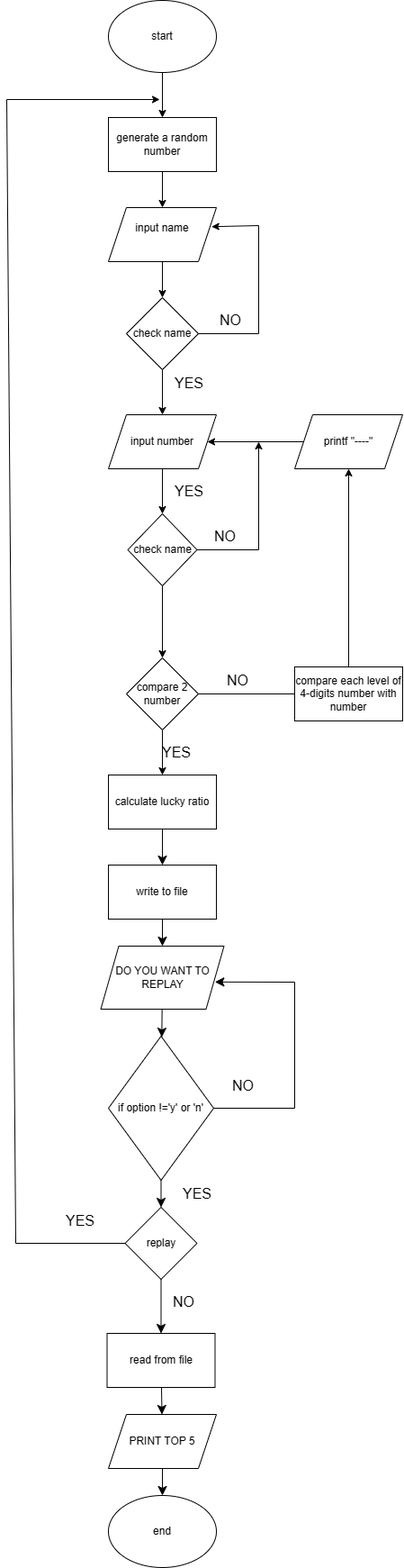
Above: FLOWCHART.png in trungple/MOCKC. (draw.io), before the change. Source tidied: cells renumbered, new cells last; positions are measured from the earlier drawing's top-left corner, leaving out a move shared by most shapes.
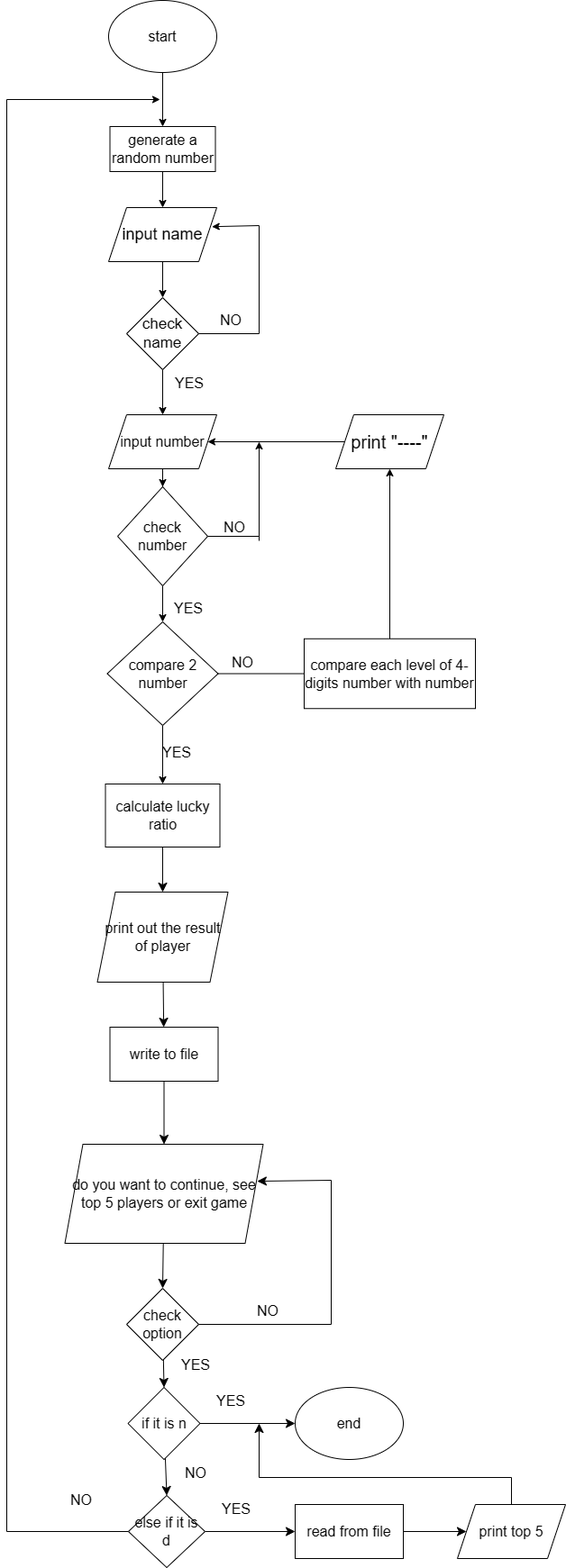
After the commit.

Change to the diagram source:
```diff
@@ -7,3 +7,3 @@
     </mxCell>
-    <mxCell id="3" value="start" style="ellipse;whiteSpace=wrap;html=1;" parent="1" vertex="1">
+    <mxCell id="3" value="start" style="ellipse;whiteSpace=wrap;html=1;fontSize=16;" parent="1" vertex="1">
       <mxGeometry x="113" width="120" height="80" as="geometry" />
@@ -13,4 +13,4 @@
     </mxCell>
-    <mxCell id="5" value="generate a random number" style="rounded=0;whiteSpace=wrap;html=1;" parent="1" vertex="1">
-      <mxGeometry x="113" y="130" width="120" height="60" as="geometry" />
+    <mxCell id="5" value="generate a random number" style="rounded=0;whiteSpace=wrap;html=1;strokeWidth=1;fontSize=16;" parent="1" vertex="1">
+      <mxGeometry x="114.5" y="140" width="117" height="50" as="geometry" />
     </mxCell>
@@ -19,6 +19,6 @@
     </mxCell>
-    <mxCell id="7" value="input name&lt;div&gt;&lt;br&gt;&lt;/div&gt;" style="shape=parallelogram;perimeter=parallelogramPerimeter;whiteSpace=wrap;html=1;fixedSize=1;" parent="1" vertex="1">
+    <mxCell id="7" value="input name" style="shape=parallelogram;perimeter=parallelogramPerimeter;whiteSpace=wrap;html=1;fixedSize=1;fontSize=18;" parent="1" vertex="1">
       <mxGeometry x="113" y="230" width="120" height="60" as="geometry" />
     </mxCell>
-    <mxCell id="8" value="input number" style="shape=parallelogram;perimeter=parallelogramPerimeter;whiteSpace=wrap;html=1;fixedSize=1;" parent="1" vertex="1">
+    <mxCell id="8" value="input number" style="shape=parallelogram;perimeter=parallelogramPerimeter;whiteSpace=wrap;html=1;fixedSize=1;fontSize=16;" parent="1" vertex="1">
       <mxGeometry x="113" y="460" width="120" height="60" as="geometry" />
@@ -28,4 +28,4 @@
     </mxCell>
-    <mxCell id="10" value="compare 2 number" style="rhombus;whiteSpace=wrap;html=1;" parent="1" vertex="1">
-      <mxGeometry x="133" y="730" width="80" height="80" as="geometry" />
+    <mxCell id="10" value="compare 2 number" style="rhombus;whiteSpace=wrap;html=1;fontSize=16;" parent="1" vertex="1">
+      <mxGeometry x="111.5" y="690" width="123" height="115" as="geometry" />
     </mxCell>
@@ -37,4 +37,4 @@
     </mxCell>
-    <mxCell id="13" value="compare each level of 4-digits number with number" style="rounded=0;whiteSpace=wrap;html=1;" parent="1" vertex="1">
-      <mxGeometry x="320" y="740" width="120" height="60" as="geometry" />
+    <mxCell id="13" value="compare each level of 4-digits number with number" style="rounded=0;whiteSpace=wrap;html=1;fontSize=16;" parent="1" vertex="1">
+      <mxGeometry x="330" y="708.8" width="190" height="77.5" as="geometry" />
     </mxCell>
@@ -43,26 +43,20 @@
     </mxCell>
-    <mxCell id="15" value="printf &quot;----&quot;" style="shape=parallelogram;perimeter=parallelogramPerimeter;whiteSpace=wrap;html=1;fixedSize=1;" parent="1" vertex="1">
-      <mxGeometry x="320" y="460" width="120" height="60" as="geometry" />
+    <mxCell id="15" value="print &quot;----&quot;" style="shape=parallelogram;perimeter=parallelogramPerimeter;whiteSpace=wrap;html=1;fixedSize=1;fontSize=20;" parent="1" vertex="1">
+      <mxGeometry x="365" y="460" width="120" height="60" as="geometry" />
     </mxCell>
-    <mxCell id="16" style="edgeStyle=none;curved=1;rounded=0;jettySize=auto;html=1;entryX=0.5;entryY=0;entryDx=0;entryDy=0;fontSize=12;startSize=8;endSize=8;" parent="1" edge="1" source="17" target="32">
-      <mxGeometry relative="1" as="geometry" />
-    </mxCell>
+    <mxCell id="57" style="edgeStyle=none;curved=1;rounded=0;jettySize=auto;html=1;entryX=0.5;entryY=0;entryDx=0;entryDy=0;fontSize=12;startSize=8;endSize=8;" parent="1" edge="1" source="17" target="78">
+      <mxGeometry relative="1" as="geometry" />
+    </mxCell>
-    <mxCell id="17" value="calculate lucky ratio" style="rounded=0;whiteSpace=wrap;html=1;" parent="1" vertex="1">
-      <mxGeometry x="113" y="860" width="120" height="60" as="geometry" />
+    <mxCell id="17" value="calculate lucky ratio" style="rounded=0;whiteSpace=wrap;html=1;fontSize=16;" parent="1" vertex="1">
+      <mxGeometry x="109.5" y="870" width="127" height="70" as="geometry" />
     </mxCell>
-    <mxCell id="18" style="edgeStyle=none;curved=1;rounded=0;jettySize=auto;html=1;entryX=0.5;entryY=0;entryDx=0;entryDy=0;fontSize=12;startSize=8;endSize=8;" parent="1" edge="1" source="19" target="34">
-      <mxGeometry relative="1" as="geometry" />
-    </mxCell>
+    <mxCell id="58" style="edgeStyle=none;curved=1;rounded=0;jettySize=auto;html=1;entryX=0;entryY=0.5;entryDx=0;entryDy=0;fontSize=12;startSize=8;endSize=8;" parent="1" edge="1" source="19" target="20">
+      <mxGeometry relative="1" as="geometry" />
+    </mxCell>
+    <mxCell id="59" style="edgeStyle=none;curved=1;rounded=0;jettySize=auto;html=1;entryX=0.5;entryY=0;entryDx=0;entryDy=0;fontSize=12;startSize=8;endSize=8;" parent="1" edge="1" source="19" target="67">
+      <mxGeometry relative="1" as="geometry" />
+    </mxCell>
-    <mxCell id="19" value="replay" style="rhombus;whiteSpace=wrap;html=1;" parent="1" vertex="1">
-      <mxGeometry x="131.5" y="1340" width="80" height="80" as="geometry" />
+    <mxCell id="19" value="if it is n" style="rhombus;whiteSpace=wrap;html=1;fontSize=16;" parent="1" vertex="1">
+      <mxGeometry x="134.5" y="1540" width="80" height="80" as="geometry" />
     </mxCell>
-    <mxCell id="20" value="end" style="ellipse;whiteSpace=wrap;html=1;" parent="1" vertex="1">
-      <mxGeometry x="113" y="1660" width="120" height="80" as="geometry" />
-    </mxCell>
-    <mxCell id="21" style="endArrow=none;html=1;rounded=0;" parent="1" edge="1">
-      <mxGeometry relative="1" as="geometry">
-        <mxPoint x="10" y="1380" as="sourcePoint" />
-        <mxPoint y="110" as="targetPoint" />
-      </mxGeometry>
-    </mxCell>
     <mxCell id="22" style="endArrow=classic;html=1;rounded=0;" parent="1" edge="1">
@@ -74,3 +68,3 @@
     <mxCell id="23" value="NO" style="text;strokeColor=none;fillColor=none;html=1;align=center;verticalAlign=middle;whiteSpace=wrap;rounded=0;fontSize=16;" parent="1" vertex="1">
-      <mxGeometry x="227" y="740" width="60" height="30" as="geometry" />
+      <mxGeometry x="231.5" y="720" width="60" height="30" as="geometry" />
     </mxCell>
@@ -79,19 +73,10 @@
     </mxCell>
-    <mxCell id="25" style="edgeStyle=none;curved=1;rounded=0;jettySize=auto;html=1;fontSize=12;startSize=8;endSize=8;" parent="1" edge="1" source="26" target="50">
-      <mxGeometry relative="1" as="geometry" />
-    </mxCell>
+    <mxCell id="60" style="edgeStyle=none;curved=1;rounded=0;jettySize=auto;html=1;entryX=0.5;entryY=0;entryDx=0;entryDy=0;fontSize=12;startSize=8;endSize=8;" parent="1" edge="1" source="26" target="62">
+      <mxGeometry relative="1" as="geometry" />
+    </mxCell>
-    <mxCell id="26" value="DO YOU WANT TO REPLAY" style="shape=parallelogram;perimeter=parallelogramPerimeter;whiteSpace=wrap;html=1;fixedSize=1;" parent="1" vertex="1">
-      <mxGeometry x="104.5" y="1050" width="137" height="70" as="geometry" />
+    <mxCell id="26" value="do you want to continue, see top 5 players or exit game" style="shape=parallelogram;perimeter=parallelogramPerimeter;whiteSpace=wrap;html=1;fixedSize=1;fontSize=16;" parent="1" vertex="1">
+      <mxGeometry x="64.5" y="1270" width="220" height="110" as="geometry" />
     </mxCell>
-    <mxCell id="27" value="YES" style="text;strokeColor=none;fillColor=none;html=1;align=center;verticalAlign=middle;whiteSpace=wrap;rounded=0;fontSize=16;" parent="1" vertex="1">
-      <mxGeometry x="51.5" y="1340" width="60" height="30" as="geometry" />
-    </mxCell>
-    <mxCell id="28" value="NO" style="text;strokeColor=none;fillColor=none;html=1;align=center;verticalAlign=middle;whiteSpace=wrap;rounded=0;fontSize=16;" parent="1" vertex="1">
-      <mxGeometry x="167" y="1430" width="60" height="30" as="geometry" />
-    </mxCell>
-    <mxCell id="29" style="edgeStyle=none;curved=1;rounded=0;jettySize=auto;html=1;fontSize=12;startSize=8;endSize=8;" parent="1" edge="1" source="30" target="20">
-      <mxGeometry relative="1" as="geometry" />
-    </mxCell>
-    <mxCell id="30" value="PRINT TOP 5" style="shape=parallelogram;perimeter=parallelogramPerimeter;whiteSpace=wrap;html=1;fixedSize=1;" parent="1" vertex="1">
-      <mxGeometry x="113" y="1570" width="120" height="60" as="geometry" />
+    <mxCell id="30" value="print top 5" style="shape=parallelogram;perimeter=parallelogramPerimeter;whiteSpace=wrap;html=1;fixedSize=1;fontSize=16;" parent="1" vertex="1">
+      <mxGeometry x="500" y="1670" width="120" height="60" as="geometry" />
     </mxCell>
@@ -100,4 +85,4 @@
     </mxCell>
-    <mxCell id="32" value="write to file" style="rounded=0;whiteSpace=wrap;html=1;" parent="1" vertex="1">
-      <mxGeometry x="113" y="960" width="120" height="60" as="geometry" />
+    <mxCell id="32" value="write to file" style="rounded=0;whiteSpace=wrap;html=1;fontSize=16;" parent="1" vertex="1">
+      <mxGeometry x="114.5" y="1140" width="120" height="60" as="geometry" />
     </mxCell>
@@ -106,4 +91,4 @@
     </mxCell>
-    <mxCell id="34" value="read from file" style="rounded=0;whiteSpace=wrap;html=1;" parent="1" vertex="1">
-      <mxGeometry x="111.5" y="1480" width="120" height="60" as="geometry" />
+    <mxCell id="34" value="read from file" style="rounded=0;whiteSpace=wrap;html=1;fontSize=16;" parent="1" vertex="1">
+      <mxGeometry x="320" y="1670" width="120" height="60" as="geometry" />
     </mxCell>
@@ -112,3 +97,3 @@
     </mxCell>
-    <mxCell id="36" value="check name" style="rhombus;whiteSpace=wrap;html=1;" parent="1" vertex="1">
+    <mxCell id="36" value="check name" style="rhombus;whiteSpace=wrap;html=1;fontSize=17;" parent="1" vertex="1">
       <mxGeometry x="133" y="330" width="80" height="80" as="geometry" />
@@ -134,4 +119,4 @@
     </mxCell>
-    <mxCell id="41" value="check name" style="rhombus;whiteSpace=wrap;html=1;" parent="1" vertex="1">
-      <mxGeometry x="134.5" y="570" width="77" height="80" as="geometry" />
+    <mxCell id="41" value="check number" style="rhombus;whiteSpace=wrap;html=1;fontSize=16;" parent="1" vertex="1">
+      <mxGeometry x="123" y="540" width="100" height="110" as="geometry" />
     </mxCell>
@@ -139,3 +124,3 @@
       <mxGeometry relative="1" as="geometry">
-        <mxPoint x="280" y="610" as="targetPoint" />
+        <mxPoint x="280" y="595" as="targetPoint" />
       </mxGeometry>
@@ -144,3 +129,3 @@
       <mxGeometry relative="1" as="geometry">
-        <mxPoint x="280" y="610" as="sourcePoint" />
+        <mxPoint x="280" y="600" as="sourcePoint" />
         <mxPoint x="280" y="490" as="targetPoint" />
@@ -152,3 +137,3 @@
     <mxCell id="45" value="NO" style="text;strokeColor=none;fillColor=none;html=1;align=center;verticalAlign=middle;whiteSpace=wrap;rounded=0;fontSize=16;" parent="1" vertex="1">
-      <mxGeometry x="213" y="580" width="60" height="30" as="geometry" />
+      <mxGeometry x="223" y="570" width="60" height="30" as="geometry" />
     </mxCell>
@@ -158,3 +143,3 @@
     <mxCell id="47" value="YES" style="text;strokeColor=none;fillColor=none;html=1;align=center;verticalAlign=middle;whiteSpace=wrap;rounded=0;fontSize=16;" parent="1" vertex="1">
-      <mxGeometry x="173" y="530" width="60" height="30" as="geometry" />
+      <mxGeometry x="171.5" y="660" width="60" height="30" as="geometry" />
     </mxCell>
@@ -163,35 +148,87 @@
     </mxCell>
-    <mxCell id="49" style="edgeStyle=none;curved=1;rounded=0;jettySize=auto;html=1;entryX=0.5;entryY=0;entryDx=0;entryDy=0;fontSize=12;startSize=8;endSize=8;" parent="1" edge="1" source="50" target="19">
-      <mxGeometry relative="1" as="geometry" />
-    </mxCell>
-    <mxCell id="50" value="if option !='y' or 'n'" style="rhombus;whiteSpace=wrap;html=1;" parent="1" vertex="1">
-      <mxGeometry x="113" y="1150" width="117" height="160" as="geometry" />
-    </mxCell>
-    <mxCell id="51" style="endArrow=none;html=1;rounded=0;fontSize=12;startSize=8;endSize=8;curved=1;exitX=1;exitY=0.5;exitDx=0;exitDy=0;" parent="1" edge="1" source="50">
-      <mxGeometry relative="1" as="geometry">
-        <mxPoint x="320" y="1230" as="targetPoint" />
-      </mxGeometry>
-    </mxCell>
-    <mxCell id="52" style="endArrow=none;html=1;rounded=0;fontSize=12;startSize=8;endSize=8;curved=1;" parent="1" edge="1">
-      <mxGeometry relative="1" as="geometry">
-        <mxPoint x="320" y="1230" as="sourcePoint" />
-        <mxPoint x="320" y="1090" as="targetPoint" />
-      </mxGeometry>
-    </mxCell>
-    <mxCell id="53" style="endArrow=classic;html=1;rounded=0;fontSize=12;startSize=8;endSize=8;curved=1;entryX=0.926;entryY=0.569;entryDx=0;entryDy=0;entryPerimeter=0;" parent="1" edge="1" target="26">
-      <mxGeometry relative="1" as="geometry">
-        <mxPoint x="320" y="1090" as="sourcePoint" />
-      </mxGeometry>
-    </mxCell>
-    <mxCell id="54" style="endArrow=none;html=1;rounded=0;fontSize=12;startSize=8;endSize=8;curved=1;entryX=0;entryY=0.5;entryDx=0;entryDy=0;" parent="1" edge="1" target="19">
-      <mxGeometry relative="1" as="geometry">
-        <mxPoint x="10" y="1380" as="sourcePoint" />
-      </mxGeometry>
-    </mxCell>
-    <mxCell id="55" value="YES" style="text;strokeColor=none;fillColor=none;html=1;align=center;verticalAlign=middle;whiteSpace=wrap;rounded=0;fontSize=16;" parent="1" vertex="1">
-      <mxGeometry x="181.5" y="1310" width="60" height="30" as="geometry" />
-    </mxCell>
-    <mxCell id="56" value="NO" style="text;strokeColor=none;fillColor=none;html=1;align=center;verticalAlign=middle;whiteSpace=wrap;rounded=0;fontSize=16;" parent="1" vertex="1">
-      <mxGeometry x="233" y="1190" width="60" height="30" as="geometry" />
-    </mxCell>
+    <mxCell id="61" style="edgeStyle=none;curved=1;rounded=0;jettySize=auto;html=1;entryX=0.5;entryY=0;entryDx=0;entryDy=0;fontSize=12;startSize=8;endSize=8;" parent="1" edge="1" source="62" target="19">
+      <mxGeometry relative="1" as="geometry" />
+    </mxCell>
+    <mxCell id="62" value="check option" style="rhombus;whiteSpace=wrap;html=1;fontSize=16;" parent="1" vertex="1">
+      <mxGeometry x="133" y="1430" width="80" height="80" as="geometry" />
+    </mxCell>
+    <mxCell id="63" style="endArrow=none;html=1;rounded=0;fontSize=12;startSize=8;endSize=8;curved=1;exitX=1;exitY=0.5;exitDx=0;exitDy=0;" parent="1" edge="1" source="62">
+      <mxGeometry relative="1" as="geometry">
+        <mxPoint x="360" y="1470" as="targetPoint" />
+      </mxGeometry>
+    </mxCell>
+    <mxCell id="64" style="endArrow=none;html=1;rounded=0;fontSize=12;startSize=8;endSize=8;curved=1;" parent="1" edge="1">
+      <mxGeometry relative="1" as="geometry">
+        <mxPoint x="360" y="1470" as="sourcePoint" />
+        <mxPoint x="360" y="1310" as="targetPoint" />
+      </mxGeometry>
+    </mxCell>
+    <mxCell id="65" style="endArrow=classic;html=1;rounded=0;fontSize=12;startSize=8;endSize=8;curved=1;entryX=0.97;entryY=0.373;entryDx=0;entryDy=0;entryPerimeter=0;" parent="1" edge="1" target="26">
+      <mxGeometry relative="1" as="geometry">
+        <mxPoint x="360" y="1310" as="sourcePoint" />
+      </mxGeometry>
+    </mxCell>
+    <mxCell id="20" value="end" style="ellipse;whiteSpace=wrap;html=1;fontSize=16;" parent="1" vertex="1">
+      <mxGeometry x="320" y="1540" width="120" height="80" as="geometry" />
+    </mxCell>
+    <mxCell id="66" style="edgeStyle=none;curved=1;rounded=0;jettySize=auto;html=1;fontSize=12;startSize=8;endSize=8;" parent="1" edge="1" source="67">
+      <mxGeometry relative="1" as="geometry">
+        <mxPoint x="320" y="1700" as="targetPoint" />
+      </mxGeometry>
+    </mxCell>
+    <mxCell id="67" value="else if it is d" style="rhombus;whiteSpace=wrap;html=1;fontSize=16;" parent="1" vertex="1">
+      <mxGeometry x="135" y="1660" width="85" height="80" as="geometry" />
+    </mxCell>
+    <mxCell id="68" style="endArrow=none;html=1;rounded=0;fontSize=12;startSize=8;endSize=8;curved=1;entryX=0;entryY=0.5;entryDx=0;entryDy=0;" parent="1" edge="1" target="67">
+      <mxGeometry relative="1" as="geometry">
+        <mxPoint y="1700" as="sourcePoint" />
+      </mxGeometry>
+    </mxCell>
+    <mxCell id="69" style="endArrow=none;html=1;rounded=0;fontSize=12;startSize=8;endSize=8;curved=1;" parent="1" edge="1">
+      <mxGeometry relative="1" as="geometry">
+        <mxPoint y="1700" as="sourcePoint" />
+        <mxPoint y="110" as="targetPoint" />
+      </mxGeometry>
+    </mxCell>
+    <mxCell id="70" style="endArrow=none;html=1;rounded=0;fontSize=12;startSize=8;endSize=8;curved=1;exitX=0.5;exitY=0;exitDx=0;exitDy=0;" parent="1" edge="1" source="30">
+      <mxGeometry relative="1" as="geometry">
+        <mxPoint x="560" y="1640" as="targetPoint" />
+      </mxGeometry>
+    </mxCell>
+    <mxCell id="71" value="YES" style="text;strokeColor=none;fillColor=none;html=1;align=center;verticalAlign=middle;whiteSpace=wrap;rounded=0;fontSize=16;" parent="1" vertex="1">
+      <mxGeometry x="180" y="1500" width="60" height="30" as="geometry" />
+    </mxCell>
+    <mxCell id="72" value="NO" style="text;strokeColor=none;fillColor=none;html=1;align=center;verticalAlign=middle;whiteSpace=wrap;rounded=0;fontSize=16;" parent="1" vertex="1">
+      <mxGeometry x="180" y="1620" width="60" height="30" as="geometry" />
+    </mxCell>
+    <mxCell id="73" value="YES" style="text;strokeColor=none;fillColor=none;html=1;align=center;verticalAlign=middle;whiteSpace=wrap;rounded=0;fontSize=16;" parent="1" vertex="1">
+      <mxGeometry x="218.5" y="1540" width="60" height="30" as="geometry" />
+    </mxCell>
+    <mxCell id="74" value="NO" style="text;strokeColor=none;fillColor=none;html=1;align=center;verticalAlign=middle;whiteSpace=wrap;rounded=0;fontSize=16;" parent="1" vertex="1">
+      <mxGeometry x="260" y="1440" width="60" height="30" as="geometry" />
+    </mxCell>
+    <mxCell id="75" value="YES" style="text;strokeColor=none;fillColor=none;html=1;align=center;verticalAlign=middle;whiteSpace=wrap;rounded=0;fontSize=16;" parent="1" vertex="1">
+      <mxGeometry x="224.5" y="1660" width="60" height="30" as="geometry" />
+    </mxCell>
+    <mxCell id="76" value="NO&lt;div&gt;&lt;br&gt;&lt;/div&gt;" style="text;strokeColor=none;fillColor=none;html=1;align=center;verticalAlign=middle;whiteSpace=wrap;rounded=0;fontSize=16;" parent="1" vertex="1">
+      <mxGeometry x="53" y="1660" width="60" height="30" as="geometry" />
+    </mxCell>
+    <mxCell id="77" style="edgeStyle=none;curved=1;rounded=0;jettySize=auto;html=1;fontSize=12;startSize=8;endSize=8;" parent="1" edge="1" source="78" target="32">
+      <mxGeometry relative="1" as="geometry" />
+    </mxCell>
+    <mxCell id="78" value="print out the result of player" style="shape=parallelogram;perimeter=parallelogramPerimeter;whiteSpace=wrap;html=1;fixedSize=1;fontSize=16;" parent="1" vertex="1">
+      <mxGeometry x="100.5" y="990" width="145" height="100" as="geometry" />
+    </mxCell>
+    <mxCell id="79" style="endArrow=none;html=1;rounded=0;fontSize=12;startSize=8;endSize=8;curved=1;" parent="1" edge="1">
+      <mxGeometry relative="1" as="geometry">
+        <mxPoint x="280" y="1640" as="sourcePoint" />
+        <mxPoint x="560" y="1640" as="targetPoint" />
+      </mxGeometry>
+    </mxCell>
+    <mxCell id="80" style="endArrow=classic;html=1;rounded=0;fontSize=12;startSize=8;endSize=8;curved=1;" parent="1" edge="1">
+      <mxGeometry relative="1" as="geometry">
+        <mxPoint x="280" y="1640" as="sourcePoint" />
+        <mxPoint x="280" y="1580" as="targetPoint" />
+      </mxGeometry>
+    </mxCell>
   </root>
```
